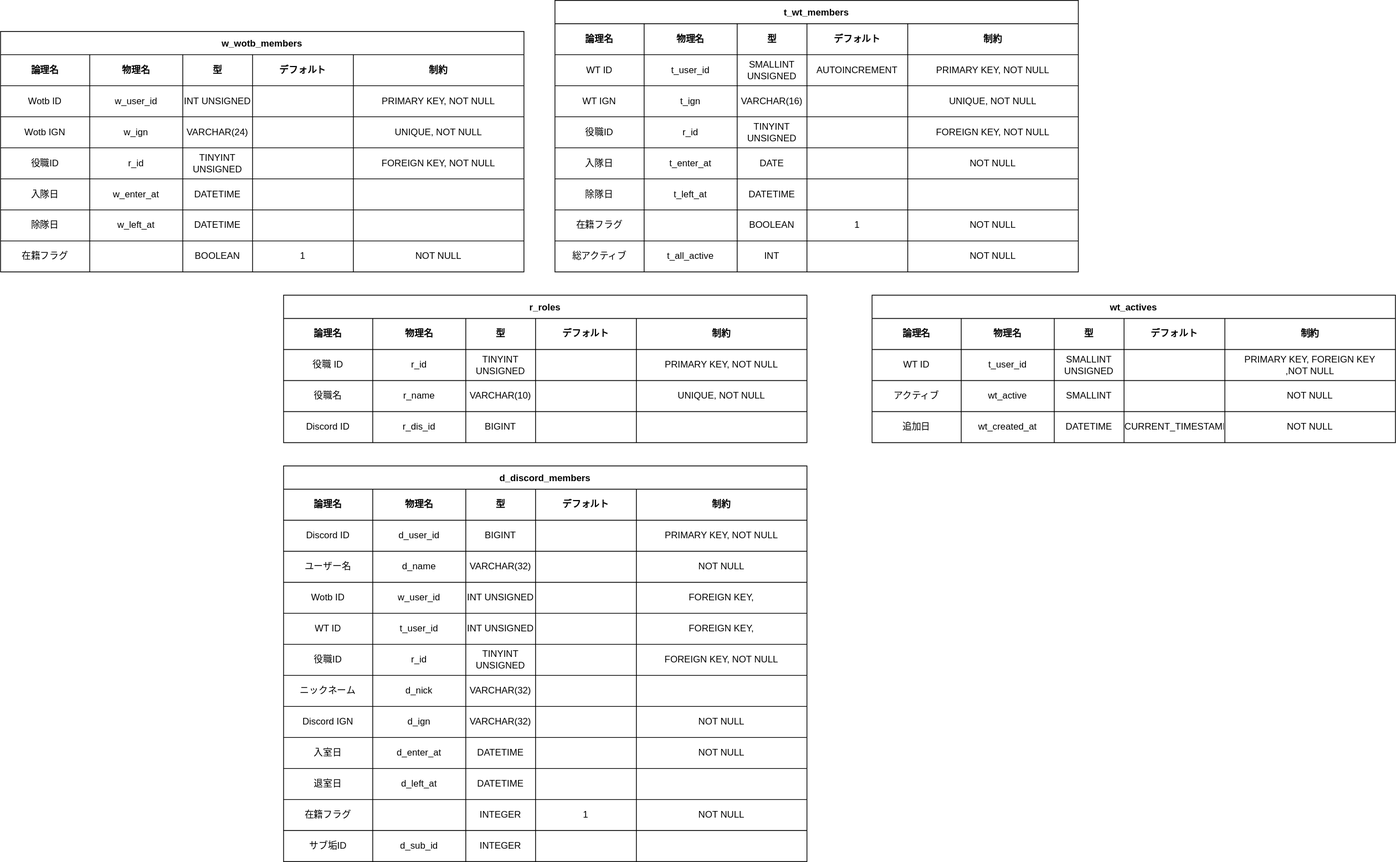
otazero/ClanManagementDiscordBot keeps this draw.io diagram as doc/DB-Butsuri.drawio.svg. Above is the earlier version. Source tidied: cells renumbered, new cells last; positions are measured from the earlier drawing's top-left corner, leaving out a move shared by most shapes.
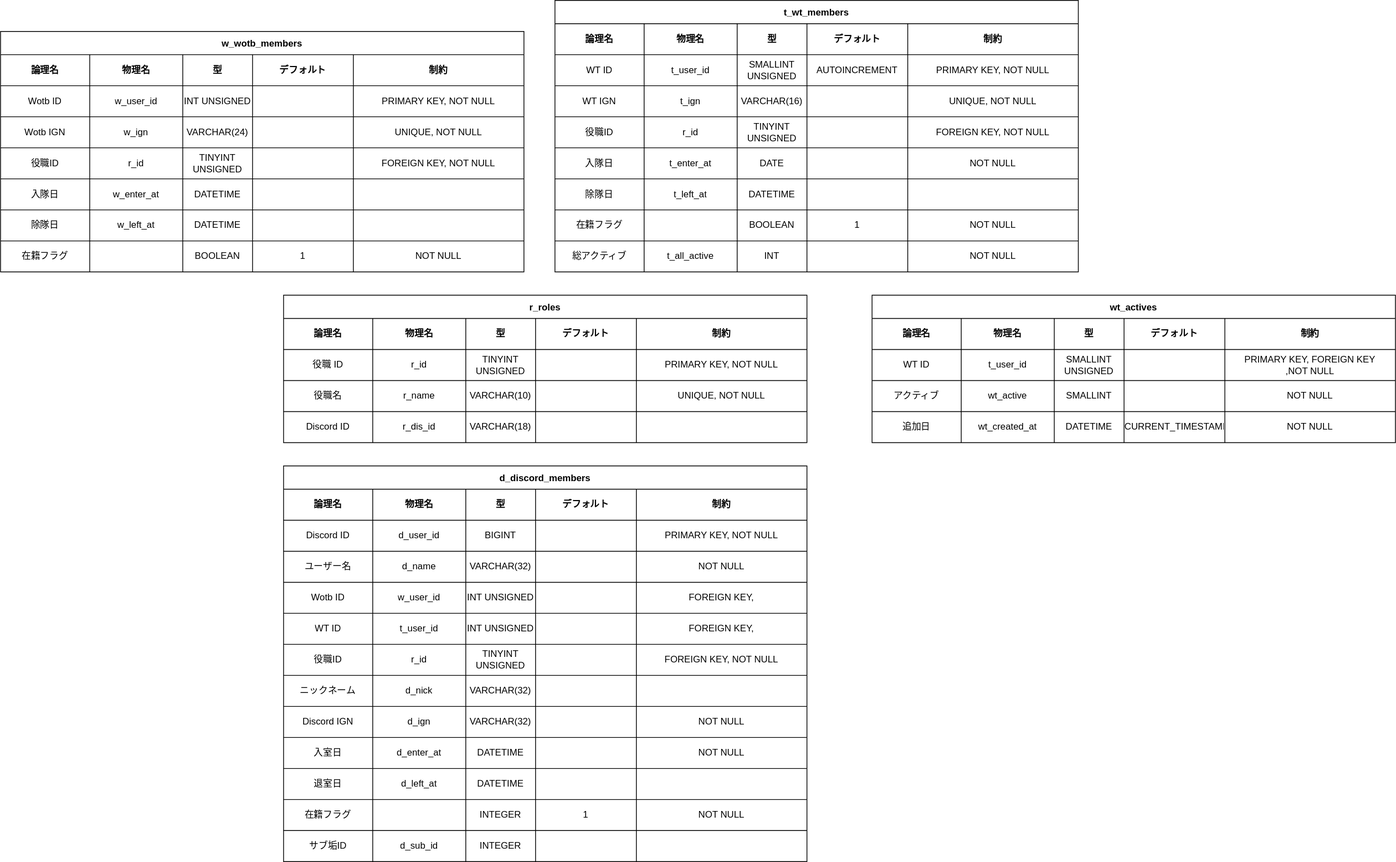
Later version of the same file.

Commit message:
discord role id をBIGINTからVARCHAR(18)に変更

The edit, as a diff of the source:
```diff
@@ -359,7 +359,7 @@
     <mxCell id="120" value="r_dis_id" style="shape=partialRectangle;html=1;whiteSpace=wrap;fillColor=none;top=0;left=0;bottom=0;right=0;overflow=hidden;" parent="118" vertex="1">
       <mxGeometry x="115" width="120" height="40" as="geometry" />
     </mxCell>
-    <mxCell id="121" value="BIGINT" style="shape=partialRectangle;html=1;whiteSpace=wrap;fillColor=none;top=0;left=0;bottom=0;right=0;overflow=hidden;" parent="118" vertex="1">
+    <mxCell id="121" value="VARCHAR(18)" style="shape=partialRectangle;html=1;whiteSpace=wrap;fillColor=none;top=0;left=0;bottom=0;right=0;overflow=hidden;" parent="118" vertex="1">
       <mxGeometry x="235" width="90" height="40" as="geometry" />
     </mxCell>
     <mxCell id="122" style="shape=partialRectangle;html=1;whiteSpace=wrap;fillColor=none;top=0;left=0;bottom=0;right=0;overflow=hidden;" parent="118" vertex="1">
```
